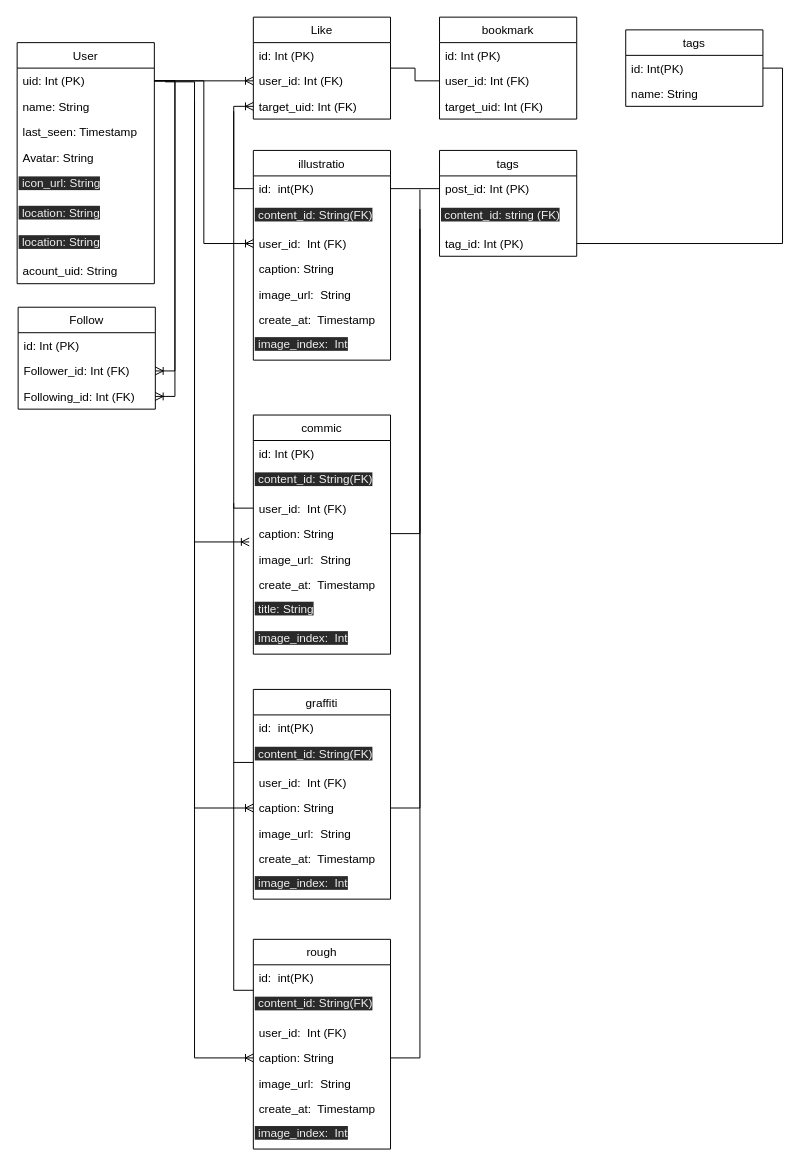
Above: er.drawio in uechan9220/Shalust (draw.io), before the change. Source tidied: cells renumbered, new cells numbered last; positions are measured from the earlier drawing's top-left corner, leaving out a move shared by most shapes. Both pictures are drawn from the tidied source at 98%, with x=0, y=0 at pixel (17, 17).
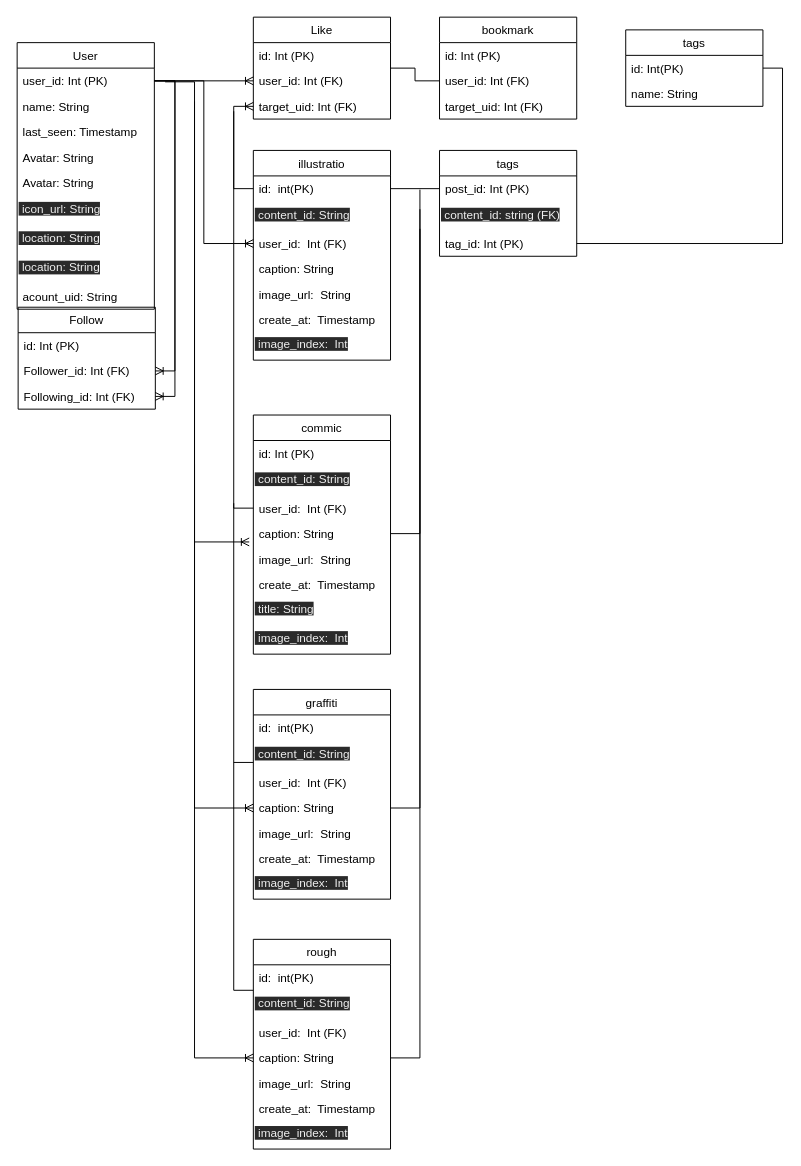
After the change.

Unchanged cells that the change refers to:
```xml
<mxCell id="25" value="illustratio" style="swimlane;fontStyle=0;horizontal=1;startSize=26;fillColor=none;" parent="1" vertex="1">
  <mxGeometry x="241" y="136" width="140" height="214" as="geometry" />
</mxCell>
<mxCell id="37" value="commic" style="swimlane;fontStyle=0;horizontal=1;startSize=26;fillColor=none;" parent="1" vertex="1">
  <mxGeometry x="241" y="406" width="140" height="244" as="geometry" />
</mxCell>
<mxCell id="53" value="graffiti" style="swimlane;fontStyle=0;horizontal=1;startSize=26;fillColor=none;" parent="1" vertex="1">
  <mxGeometry x="241" y="686" width="140" height="214" as="geometry" />
</mxCell>
<mxCell id="65" value="rough" style="swimlane;fontStyle=0;horizontal=1;startSize=26;fillColor=none;" parent="1" vertex="1">
  <mxGeometry x="241" y="941" width="140" height="214" as="geometry" />
</mxCell>
```

The edit, as a diff of the source:
```diff
@@
     <mxCell id="11" value="User" style="swimlane;fontStyle=0;horizontal=1;startSize=26;fillColor=none;" parent="1" vertex="1">
-      <mxGeometry y="26" width="140" height="246" as="geometry" />
+      <mxGeometry y="26" width="140" height="272" as="geometry" />
     </mxCell>
-    <mxCell id="12" value="uid: Int (PK)" style="text;strokeColor=none;fillColor=none;align=left;verticalAlign=top;spacingLeft=4;spacingRight=4;overflow=hidden;points=[[0,0.5],[1,0.5]];portConstraint=eastwest;" parent="11" vertex="1">
+    <mxCell id="12" value="user_id: Int (PK)" style="text;strokeColor=none;fillColor=none;align=left;verticalAlign=top;spacingLeft=4;spacingRight=4;overflow=hidden;points=[[0,0.5],[1,0.5]];portConstraint=eastwest;" parent="11" vertex="1">
       <mxGeometry y="26" width="140" height="26" as="geometry" />
     </mxCell>
@@
+    <mxCell id="80" value="Avatar: String" style="text;strokeColor=none;fillColor=none;align=left;verticalAlign=top;spacingLeft=4;spacingRight=4;overflow=hidden;" parent="11" vertex="1">
+      <mxGeometry y="104" width="140" height="26" as="geometry" />
+    </mxCell>
     <mxCell id="15" value="Avatar: String" style="text;strokeColor=none;fillColor=none;align=left;verticalAlign=top;spacingLeft=4;spacingRight=4;overflow=hidden;" parent="11" vertex="1">
-      <mxGeometry y="104" width="140" height="26" as="geometry" />
+      <mxGeometry y="130" width="140" height="26" as="geometry" />
     </mxCell>
     <mxCell id="16" value="&lt;span style=&quot;color: rgb(240 , 240 , 240) ; font-family: &amp;#34;helvetica&amp;#34; ; font-size: 12px ; font-style: normal ; font-weight: 400 ; letter-spacing: normal ; text-align: left ; text-indent: 0px ; text-transform: none ; word-spacing: 0px ; background-color: rgb(42 , 42 , 42) ; float: none ; display: inline&quot;&gt;&amp;nbsp;icon_url: String&lt;/span&gt;" style="text;whiteSpace=wrap;html=1;" parent="11" vertex="1">
-      <mxGeometry y="130" width="140" height="30" as="geometry" />
+      <mxGeometry y="156" width="140" height="30" as="geometry" />
     </mxCell>
     <mxCell id="17" value="&lt;span style=&quot;color: rgb(240 , 240 , 240) ; font-family: &amp;#34;helvetica&amp;#34; ; font-size: 12px ; font-style: normal ; font-weight: 400 ; letter-spacing: normal ; text-align: left ; text-indent: 0px ; text-transform: none ; word-spacing: 0px ; background-color: rgb(42 , 42 , 42) ; float: none ; display: inline&quot;&gt;&amp;nbsp;location: String&lt;/span&gt;" style="text;whiteSpace=wrap;html=1;" parent="11" vertex="1">
-      <mxGeometry y="160" width="140" height="30" as="geometry" />
+      <mxGeometry y="186" width="140" height="30" as="geometry" />
     </mxCell>
     <mxCell id="18" value="&lt;span style=&quot;color: rgb(240 , 240 , 240) ; font-family: &amp;#34;helvetica&amp;#34; ; font-size: 12px ; font-style: normal ; font-weight: 400 ; letter-spacing: normal ; text-align: left ; text-indent: 0px ; text-transform: none ; word-spacing: 0px ; background-color: rgb(42 , 42 , 42) ; float: none ; display: inline&quot;&gt;&amp;nbsp;location: String&lt;/span&gt;" style="text;whiteSpace=wrap;html=1;" parent="11" vertex="1">
-      <mxGeometry y="190" width="140" height="30" as="geometry" />
+      <mxGeometry y="216" width="140" height="30" as="geometry" />
     </mxCell>
     <mxCell id="19" value="acount_uid: String" style="text;strokeColor=none;fillColor=none;align=left;verticalAlign=top;spacingLeft=4;spacingRight=4;overflow=hidden;" parent="11" vertex="1">
-      <mxGeometry y="220" width="140" height="26" as="geometry" />
+      <mxGeometry y="246" width="140" height="26" as="geometry" />
     </mxCell>
@@
-    <mxCell id="27" value="&lt;span style=&quot;color: rgb(240 , 240 , 240) ; font-family: &amp;#34;helvetica&amp;#34; ; font-size: 12px ; font-style: normal ; font-weight: 400 ; letter-spacing: normal ; text-align: left ; text-indent: 0px ; text-transform: none ; word-spacing: 0px ; background-color: rgb(42 , 42 , 42) ; float: none ; display: inline&quot;&gt;&amp;nbsp;content_id: String(FK)&lt;/span&gt;" style="text;whiteSpace=wrap;html=1;" parent="25" vertex="1">
+    <mxCell id="27" value="&lt;span style=&quot;color: rgb(240 , 240 , 240) ; font-family: &amp;#34;helvetica&amp;#34; ; font-size: 12px ; font-style: normal ; font-weight: 400 ; letter-spacing: normal ; text-align: left ; text-indent: 0px ; text-transform: none ; word-spacing: 0px ; background-color: rgb(42 , 42 , 42) ; float: none ; display: inline&quot;&gt;&amp;nbsp;content_id: String&lt;/span&gt;" style="text;whiteSpace=wrap;html=1;" parent="25" vertex="1">
       <mxGeometry y="52" width="140" height="30" as="geometry" />
     </mxCell>
@@
-    <mxCell id="39" value="&lt;span style=&quot;color: rgb(240 , 240 , 240) ; font-family: &amp;#34;helvetica&amp;#34; ; font-size: 12px ; font-style: normal ; font-weight: 400 ; letter-spacing: normal ; text-align: left ; text-indent: 0px ; text-transform: none ; word-spacing: 0px ; background-color: rgb(42 , 42 , 42) ; float: none ; display: inline&quot;&gt;&amp;nbsp;content_id: String(FK)&lt;/span&gt;" style="text;whiteSpace=wrap;html=1;" parent="37" vertex="1">
+    <mxCell id="39" value="&lt;span style=&quot;color: rgb(240 , 240 , 240) ; font-family: &amp;#34;helvetica&amp;#34; ; font-size: 12px ; font-style: normal ; font-weight: 400 ; letter-spacing: normal ; text-align: left ; text-indent: 0px ; text-transform: none ; word-spacing: 0px ; background-color: rgb(42 , 42 , 42) ; float: none ; display: inline&quot;&gt;&amp;nbsp;content_id: String&lt;/span&gt;" style="text;whiteSpace=wrap;html=1;" parent="37" vertex="1">
       <mxGeometry y="52" width="140" height="30" as="geometry" />
     </mxCell>
@@
-    <mxCell id="55" value="&lt;span style=&quot;color: rgb(240 , 240 , 240) ; font-family: &amp;#34;helvetica&amp;#34; ; font-size: 12px ; font-style: normal ; font-weight: 400 ; letter-spacing: normal ; text-align: left ; text-indent: 0px ; text-transform: none ; word-spacing: 0px ; background-color: rgb(42 , 42 , 42) ; float: none ; display: inline&quot;&gt;&amp;nbsp;content_id: String(FK)&lt;/span&gt;" style="text;whiteSpace=wrap;html=1;" parent="53" vertex="1">
+    <mxCell id="55" value="&lt;span style=&quot;color: rgb(240 , 240 , 240) ; font-family: &amp;#34;helvetica&amp;#34; ; font-size: 12px ; font-style: normal ; font-weight: 400 ; letter-spacing: normal ; text-align: left ; text-indent: 0px ; text-transform: none ; word-spacing: 0px ; background-color: rgb(42 , 42 , 42) ; float: none ; display: inline&quot;&gt;&amp;nbsp;content_id: String&lt;/span&gt;" style="text;whiteSpace=wrap;html=1;" parent="53" vertex="1">
       <mxGeometry y="52" width="140" height="30" as="geometry" />
     </mxCell>
@@
-    <mxCell id="67" value="&lt;span style=&quot;color: rgb(240 , 240 , 240) ; font-family: &amp;#34;helvetica&amp;#34; ; font-size: 12px ; font-style: normal ; font-weight: 400 ; letter-spacing: normal ; text-align: left ; text-indent: 0px ; text-transform: none ; word-spacing: 0px ; background-color: rgb(42 , 42 , 42) ; float: none ; display: inline&quot;&gt;&amp;nbsp;content_id: String(FK)&lt;/span&gt;" style="text;whiteSpace=wrap;html=1;" parent="65" vertex="1">
+    <mxCell id="67" value="&lt;span style=&quot;color: rgb(240 , 240 , 240) ; font-family: &amp;#34;helvetica&amp;#34; ; font-size: 12px ; font-style: normal ; font-weight: 400 ; letter-spacing: normal ; text-align: left ; text-indent: 0px ; text-transform: none ; word-spacing: 0px ; background-color: rgb(42 , 42 , 42) ; float: none ; display: inline&quot;&gt;&amp;nbsp;content_id: String&lt;/span&gt;" style="text;whiteSpace=wrap;html=1;" parent="65" vertex="1">
       <mxGeometry y="52" width="140" height="30" as="geometry" />
     </mxCell>
```
